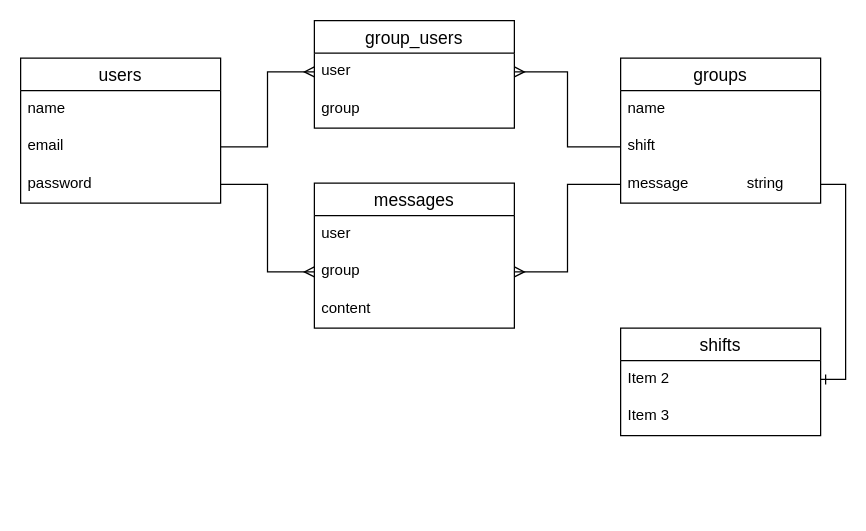
Above: Er.dio in yoheitm/group_task-app (draw.io), before the change. Source tidied: cells renumbered, new cells numbered last; positions are measured from the earlier drawing's top-left corner, leaving out a move shared by most shapes. Both pictures are drawn from the tidied source at 125%, with x=0, y=0 at pixel (20, 20).
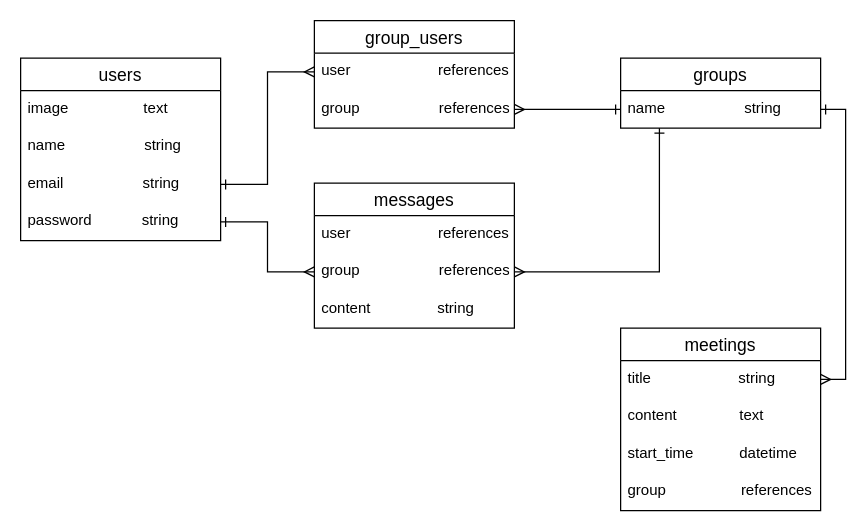
Above is the later version.

The change refers to these unchanged cells:
```xml
<mxCell id="10" value="group_users" style="swimlane;fontStyle=0;horizontal=1;startSize=26;align=center;fontSize=14;" parent="1" vertex="1">
  <mxGeometry x="235" width="160" height="86" as="geometry" />
</mxCell>
<mxCell id="13" value="messages" style="swimlane;fontStyle=0;horizontal=1;startSize=26;align=center;fontSize=14;" parent="1" vertex="1">
  <mxGeometry x="235" y="130" width="160" height="116" as="geometry" />
</mxCell>
```

Change to the diagram source:
```diff
@@
     <mxCell id="2" value="users" style="swimlane;fontStyle=0;horizontal=1;startSize=26;align=center;fontSize=14;" parent="1" vertex="1">
-      <mxGeometry y="30" width="160" height="116" as="geometry" />
+      <mxGeometry y="30" width="160" height="146" as="geometry" />
     </mxCell>
+    <mxCell id="25" value="image                  text" style="text;strokeColor=none;fillColor=none;spacingLeft=4;spacingRight=4;overflow=hidden;fontSize=12;" parent="2" vertex="1">
+      <mxGeometry y="26" width="160" height="30" as="geometry" />
+    </mxCell>
-    <mxCell id="3" value="name" style="text;strokeColor=none;fillColor=none;spacingLeft=4;spacingRight=4;overflow=hidden;fontSize=12;" parent="2" vertex="1">
-      <mxGeometry y="26" width="160" height="30" as="geometry" />
+    <mxCell id="3" value="name                   string" style="text;strokeColor=none;fillColor=none;spacingLeft=4;spacingRight=4;overflow=hidden;fontSize=12;" parent="2" vertex="1">
+      <mxGeometry y="56" width="160" height="30" as="geometry" />
     </mxCell>
-    <mxCell id="4" value="email" style="text;strokeColor=none;fillColor=none;spacingLeft=4;spacingRight=4;overflow=hidden;points=[[0,0.5],[1,0.5]];portConstraint=eastwest;fontSize=12;" parent="2" vertex="1">
-      <mxGeometry y="56" width="160" height="30" as="geometry" />
+    <mxCell id="4" value="email                   string" style="text;strokeColor=none;fillColor=none;spacingLeft=4;spacingRight=4;overflow=hidden;points=[[0,0.5],[1,0.5]];portConstraint=eastwest;fontSize=12;" parent="2" vertex="1">
+      <mxGeometry y="86" width="160" height="30" as="geometry" />
     </mxCell>
-    <mxCell id="5" value="password" style="text;strokeColor=none;fillColor=none;spacingLeft=4;spacingRight=4;overflow=hidden;points=[[0,0.5],[1,0.5]];portConstraint=eastwest;fontSize=12;" parent="2" vertex="1">
-      <mxGeometry y="86" width="160" height="30" as="geometry" />
+    <mxCell id="5" value="password            string" style="text;strokeColor=none;fillColor=none;spacingLeft=4;spacingRight=4;overflow=hidden;points=[[0,0.5],[1,0.5]];portConstraint=eastwest;fontSize=12;" parent="2" vertex="1">
+      <mxGeometry y="116" width="160" height="30" as="geometry" />
     </mxCell>
     <mxCell id="6" value="groups" style="swimlane;fontStyle=0;horizontal=1;startSize=26;align=center;fontSize=14;" parent="1" vertex="1">
-      <mxGeometry x="480" y="30" width="160" height="116" as="geometry" />
+      <mxGeometry x="480" y="30" width="160" height="56" as="geometry" />
     </mxCell>
-    <mxCell id="7" value="name" style="text;strokeColor=none;fillColor=none;spacingLeft=4;spacingRight=4;overflow=hidden;points=[[0,0.5],[1,0.5]];portConstraint=eastwest;fontSize=12;" parent="6" vertex="1">
+    <mxCell id="7" value="name                   string" style="text;strokeColor=none;fillColor=none;spacingLeft=4;spacingRight=4;overflow=hidden;points=[[0,0.5],[1,0.5]];portConstraint=eastwest;fontSize=12;" parent="6" vertex="1">
       <mxGeometry y="26" width="160" height="30" as="geometry" />
     </mxCell>
-    <mxCell id="8" value="shift                      " style="text;strokeColor=none;fillColor=none;spacingLeft=4;spacingRight=4;overflow=hidden;points=[[0,0.5],[1,0.5]];portConstraint=eastwest;fontSize=12;" parent="6" vertex="1">
-      <mxGeometry y="56" width="160" height="30" as="geometry" />
-    </mxCell>
-    <mxCell id="9" value="message              string" style="text;strokeColor=none;fillColor=none;spacingLeft=4;spacingRight=4;overflow=hidden;points=[[0,0.5],[1,0.5]];portConstraint=eastwest;fontSize=12;" parent="6" vertex="1">
-      <mxGeometry y="86" width="160" height="30" as="geometry" />
-    </mxCell>
@@
-    <mxCell id="11" value="user" style="text;strokeColor=none;fillColor=none;spacingLeft=4;spacingRight=4;overflow=hidden;points=[[0,0.5],[1,0.5]];portConstraint=eastwest;fontSize=12;" parent="10" vertex="1">
+    <mxCell id="11" value="user                     references" style="text;strokeColor=none;fillColor=none;spacingLeft=4;spacingRight=4;overflow=hidden;points=[[0,0.5],[1,0.5]];portConstraint=eastwest;fontSize=12;" parent="10" vertex="1">
       <mxGeometry y="26" width="160" height="30" as="geometry" />
     </mxCell>
-    <mxCell id="12" value="group" style="text;strokeColor=none;fillColor=none;spacingLeft=4;spacingRight=4;overflow=hidden;points=[[0,0.5],[1,0.5]];portConstraint=eastwest;fontSize=12;" parent="10" vertex="1">
+    <mxCell id="12" value="group                   references" style="text;strokeColor=none;fillColor=none;spacingLeft=4;spacingRight=4;overflow=hidden;points=[[0,0.5],[1,0.5]];portConstraint=eastwest;fontSize=12;" parent="10" vertex="1">
       <mxGeometry y="56" width="160" height="30" as="geometry" />
     </mxCell>
@@
-    <mxCell id="14" value="user" style="text;strokeColor=none;fillColor=none;spacingLeft=4;spacingRight=4;overflow=hidden;fontSize=12;" parent="13" vertex="1">
+    <mxCell id="14" value="user                     references" style="text;strokeColor=none;fillColor=none;spacingLeft=4;spacingRight=4;overflow=hidden;fontSize=12;" parent="13" vertex="1">
       <mxGeometry y="26" width="160" height="30" as="geometry" />
     </mxCell>
-    <mxCell id="15" value="group" style="text;strokeColor=none;fillColor=none;spacingLeft=4;spacingRight=4;overflow=hidden;points=[[0,0.5],[1,0.5]];portConstraint=eastwest;fontSize=12;" parent="13" vertex="1">
+    <mxCell id="15" value="group                   references" style="text;strokeColor=none;fillColor=none;spacingLeft=4;spacingRight=4;overflow=hidden;points=[[0,0.5],[1,0.5]];portConstraint=eastwest;fontSize=12;" parent="13" vertex="1">
       <mxGeometry y="56" width="160" height="30" as="geometry" />
     </mxCell>
-    <mxCell id="16" value="content" style="text;strokeColor=none;fillColor=none;spacingLeft=4;spacingRight=4;overflow=hidden;fontSize=12;" parent="13" vertex="1">
+    <mxCell id="16" value="content                string" style="text;strokeColor=none;fillColor=none;spacingLeft=4;spacingRight=4;overflow=hidden;fontSize=12;" parent="13" vertex="1">
       <mxGeometry y="86" width="160" height="30" as="geometry" />
     </mxCell>
-    <mxCell id="17" style="edgeStyle=orthogonalEdgeStyle;rounded=0;jettySize=auto;html=1;exitX=0;exitY=0.5;exitDx=0;exitDy=0;entryX=1;entryY=0.5;entryDx=0;entryDy=0;endArrow=ERmany;endFill=0;" parent="1" edge="1" source="8" target="11">
-      <mxGeometry relative="1" as="geometry" />
-    </mxCell>
-    <mxCell id="18" style="edgeStyle=orthogonalEdgeStyle;rounded=0;jettySize=auto;html=1;entryX=0;entryY=0.5;entryDx=0;entryDy=0;endArrow=ERmany;endFill=0;" parent="1" edge="1" source="4" target="11">
+    <mxCell id="18" style="edgeStyle=orthogonalEdgeStyle;rounded=0;jettySize=auto;html=1;entryX=0;entryY=0.5;entryDx=0;entryDy=0;endArrow=ERmany;endFill=0;startArrow=ERone;startFill=0;" parent="1" edge="1" source="4" target="11">
       <mxGeometry relative="1" as="geometry" />
     </mxCell>
-    <mxCell id="19" style="edgeStyle=orthogonalEdgeStyle;rounded=0;jettySize=auto;html=1;entryX=0;entryY=0.5;entryDx=0;entryDy=0;endArrow=ERmany;endFill=0;" parent="1" edge="1" source="5" target="15">
+    <mxCell id="19" style="edgeStyle=orthogonalEdgeStyle;rounded=0;jettySize=auto;html=1;entryX=0;entryY=0.5;entryDx=0;entryDy=0;endArrow=ERmany;endFill=0;startArrow=ERone;startFill=0;" parent="1" edge="1" source="5" target="15">
       <mxGeometry relative="1" as="geometry" />
     </mxCell>
-    <mxCell id="20" style="edgeStyle=orthogonalEdgeStyle;rounded=0;jettySize=auto;html=1;entryX=1;entryY=0.5;entryDx=0;entryDy=0;endArrow=ERmany;endFill=0;" parent="1" edge="1" source="9" target="15">
+    <mxCell id="20" style="edgeStyle=orthogonalEdgeStyle;rounded=0;jettySize=auto;html=1;entryX=1;entryY=0.5;entryDx=0;entryDy=0;endArrow=ERmany;endFill=0;startArrow=ERone;startFill=0;exitX=0.194;exitY=1;exitDx=0;exitDy=0;exitPerimeter=0;" parent="1" edge="1" source="7" target="15">
       <mxGeometry relative="1" as="geometry" />
     </mxCell>
-    <mxCell id="21" value="shifts" style="swimlane;fontStyle=0;horizontal=1;startSize=26;align=center;fontSize=14;" parent="1" vertex="1">
-      <mxGeometry x="480" y="246" width="160" height="86" as="geometry" />
+    <mxCell id="21" value="meetings" style="swimlane;fontStyle=0;horizontal=1;startSize=26;align=center;fontSize=14;" parent="1" vertex="1">
+      <mxGeometry x="480" y="246" width="160" height="146" as="geometry" />
     </mxCell>
-    <mxCell id="22" value="Item 2" style="text;strokeColor=none;fillColor=none;spacingLeft=4;spacingRight=4;overflow=hidden;points=[[0,0.5],[1,0.5]];portConstraint=eastwest;fontSize=12;" parent="21" vertex="1">
+    <mxCell id="22" value="title                     string" style="text;strokeColor=none;fillColor=none;spacingLeft=4;spacingRight=4;overflow=hidden;points=[[0,0.5],[1,0.5]];portConstraint=eastwest;fontSize=12;" parent="21" vertex="1">
       <mxGeometry y="26" width="160" height="30" as="geometry" />
     </mxCell>
+    <mxCell id="26" value="content               text" style="text;strokeColor=none;fillColor=none;spacingLeft=4;spacingRight=4;overflow=hidden;fontSize=12;" parent="21" vertex="1">
+      <mxGeometry y="56" width="160" height="30" as="geometry" />
+    </mxCell>
-    <mxCell id="23" value="Item 3" style="text;strokeColor=none;fillColor=none;spacingLeft=4;spacingRight=4;overflow=hidden;fontSize=12;" parent="21" vertex="1">
-      <mxGeometry y="56" width="160" height="30" as="geometry" />
+    <mxCell id="23" value="start_time           datetime" style="text;strokeColor=none;fillColor=none;spacingLeft=4;spacingRight=4;overflow=hidden;fontSize=12;" parent="21" vertex="1">
+      <mxGeometry y="86" width="160" height="30" as="geometry" />
     </mxCell>
+    <mxCell id="27" value="group                  references&#10;" style="text;strokeColor=none;fillColor=none;spacingLeft=4;spacingRight=4;overflow=hidden;fontSize=12;" parent="21" vertex="1">
+      <mxGeometry y="116" width="160" height="30" as="geometry" />
+    </mxCell>
-    <mxCell id="24" style="edgeStyle=orthogonalEdgeStyle;rounded=0;jettySize=auto;html=1;exitX=1;exitY=0.5;exitDx=0;exitDy=0;entryX=1;entryY=0.5;entryDx=0;entryDy=0;endArrow=ERone;endFill=0;" parent="1" edge="1" source="9" target="22">
+    <mxCell id="24" style="edgeStyle=orthogonalEdgeStyle;rounded=0;jettySize=auto;html=1;exitX=1;exitY=0.5;exitDx=0;exitDy=0;entryX=1;entryY=0.5;entryDx=0;entryDy=0;endArrow=ERmany;endFill=0;startArrow=ERone;startFill=0;" parent="1" edge="1" source="7" target="22">
       <mxGeometry relative="1" as="geometry" />
     </mxCell>
+    <mxCell id="28" style="edgeStyle=orthogonalEdgeStyle;rounded=0;jettySize=auto;html=1;exitX=0;exitY=0.5;exitDx=0;exitDy=0;entryX=1;entryY=0.5;entryDx=0;entryDy=0;startArrow=ERone;startFill=0;endArrow=ERmany;endFill=0;" parent="1" edge="1" source="7" target="12">
+      <mxGeometry relative="1" as="geometry" />
+    </mxCell>
```
